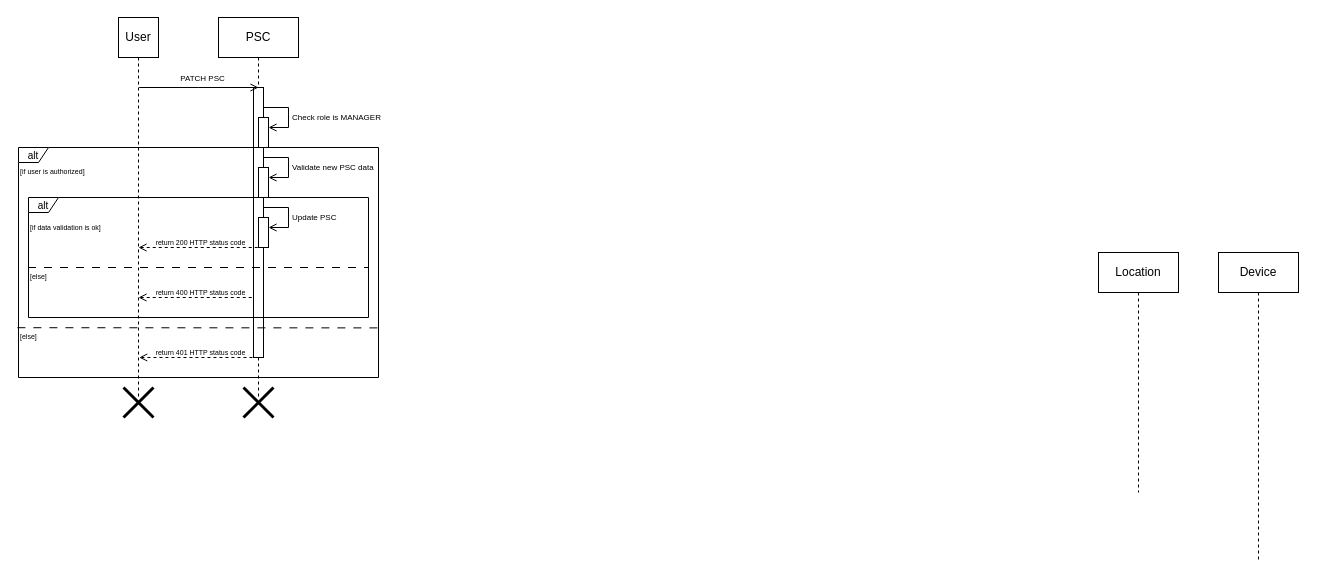
Earlier version of the draw.io diagram sequence3.drawio (IsmailSalehCode/UML-course-work). Source tidied: cells renumbered, new cells numbered last; positions are measured from the earlier drawing's top-left corner, leaving out a move shared by most shapes. Both pictures are drawn from the tidied source at 100%, with x=0, y=0 at pixel (17, 17).
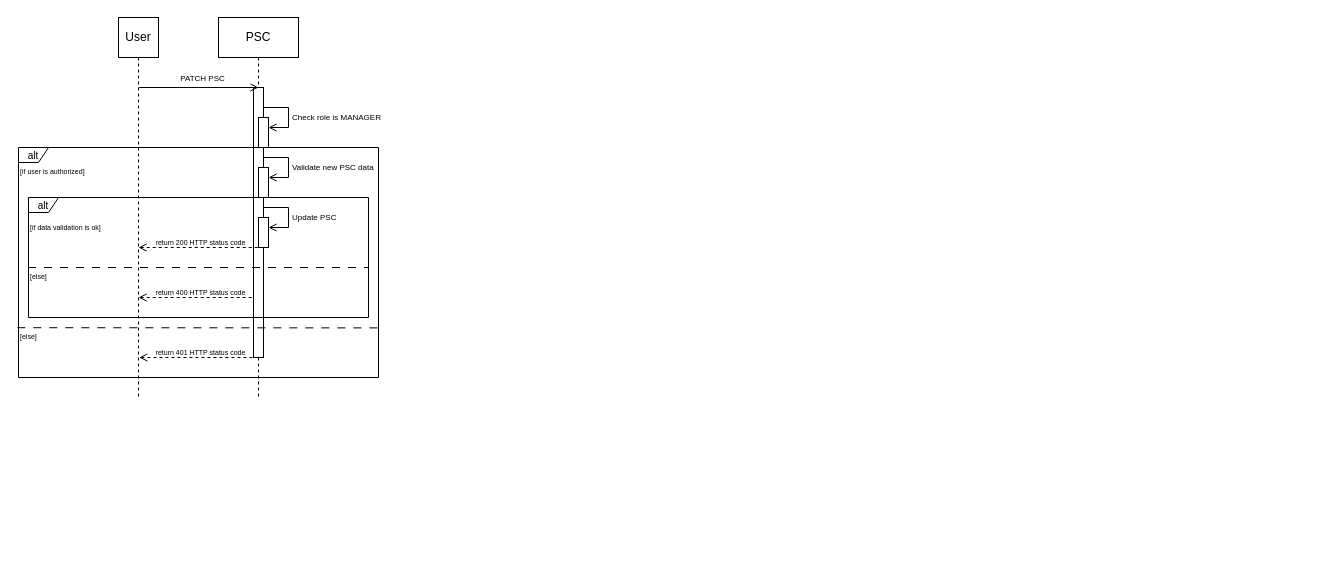
After the change.

What changed in the source:
```diff
@@
-    <mxCell id="8" value="Location" style="shape=umlLifeline;perimeter=lifelinePerimeter;whiteSpace=wrap;html=1;newEdgeStyle={&quot;edgeStyle&quot;:&quot;elbowEdgeStyle&quot;,&quot;elbow&quot;:&quot;vertical&quot;,&quot;curved&quot;:0,&quot;rounded&quot;:0};" parent="1" vertex="1">
-      <mxGeometry x="1081" y="235" width="80" height="240" as="geometry" />
-    </mxCell>
@@
-    <mxCell id="10" value="Device" style="shape=umlLifeline;perimeter=lifelinePerimeter;whiteSpace=wrap;html=1;newEdgeStyle={&quot;edgeStyle&quot;:&quot;elbowEdgeStyle&quot;,&quot;elbow&quot;:&quot;vertical&quot;,&quot;curved&quot;:0,&quot;rounded&quot;:0};" parent="1" vertex="1">
-      <mxGeometry x="1201" y="235" width="80" height="310" as="geometry" />
-    </mxCell>
@@
-    <mxCell id="30" style="shape=umlDestroy;whiteSpace=wrap;html=1;strokeWidth=3;targetShapes=umlLifeline;" parent="1" vertex="1">
-      <mxGeometry x="106" y="370" width="30" height="30" as="geometry" />
-    </mxCell>
-    <mxCell id="31" style="shape=umlDestroy;whiteSpace=wrap;html=1;strokeWidth=3;targetShapes=umlLifeline;" parent="1" vertex="1">
-      <mxGeometry x="226" y="370" width="30" height="30" as="geometry" />
-    </mxCell>
```
